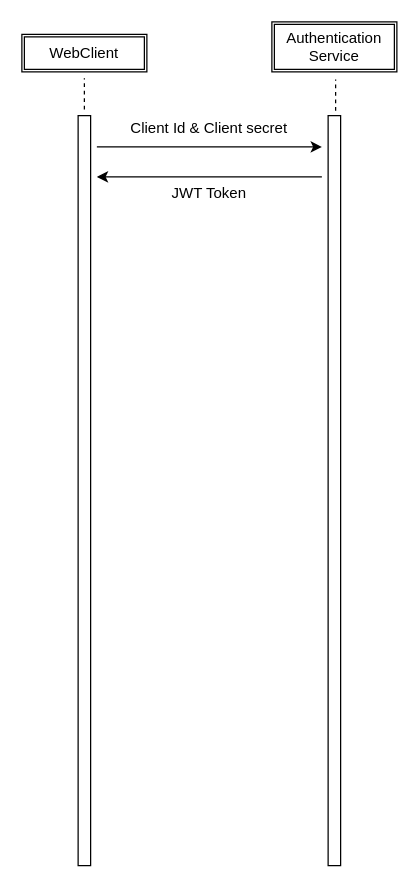
Earlier version of the draw.io diagram Security.drawio (rod-ag/Technical-Documentation). Source tidied: cells renumbered, new cells numbered last; positions are measured from the earlier drawing's top-left corner, leaving out a move shared by most shapes. Both pictures are drawn from the tidied source at 125%, with x=0, y=0 at pixel (21, 21).
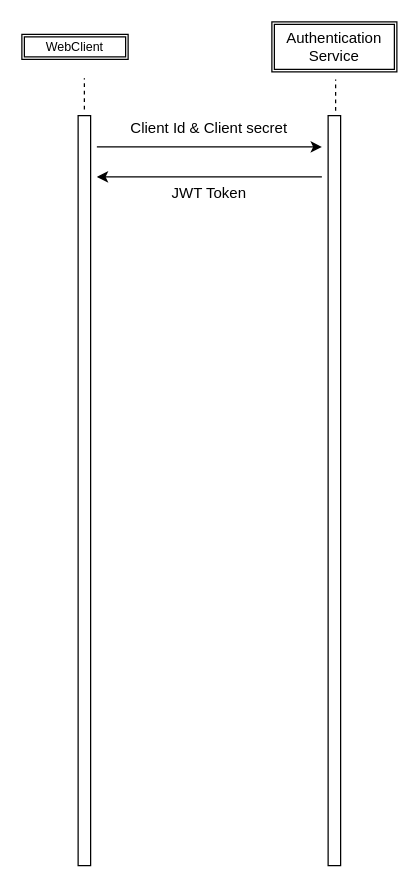
Above is the later version.

What changed in the source:
```diff
@@
 <mxGraphModel>
   <root>
     <mxCell id="0" />
     <mxCell id="1" parent="0" />
-    <mxCell id="2" value="&lt;div&gt;WebClient&lt;/div&gt;" style="shape=ext;double=1;rounded=0;whiteSpace=wrap;html=1;" parent="1" vertex="1">
-      <mxGeometry y="10" width="100" height="30" as="geometry" />
+    <mxCell id="2" value="&lt;div&gt;&lt;font style=&quot;font-size: 10px;&quot;&gt;WebClient&lt;/font&gt;&lt;/div&gt;" style="shape=ext;double=1;rounded=0;whiteSpace=wrap;html=1;" parent="1" vertex="1">
+      <mxGeometry y="10" width="85" height="20" as="geometry" />
     </mxCell>
     <mxCell id="3" style="html=1;perimeter=orthogonalPerimeter;targetShapes=umlLifeline;newEdgeStyle={&quot;curved&quot;:0,&quot;rounded&quot;:0};" parent="1" vertex="1">
       <mxGeometry x="45" y="75" width="10" height="600" as="geometry" />
     </mxCell>
     <mxCell id="4" style="endArrow=none;dashed=1;html=1;rounded=0;" parent="1" edge="1">
       <mxGeometry relative="1" as="geometry">
         <mxPoint x="50" y="70" as="sourcePoint" />
         <mxPoint x="50" y="45" as="targetPoint" />
       </mxGeometry>
     </mxCell>
     <mxCell id="5" value="&lt;div&gt;Authentication&lt;/div&gt;&lt;div&gt;Service&lt;/div&gt;" style="shape=ext;double=1;rounded=0;whiteSpace=wrap;html=1;" parent="1" vertex="1">
       <mxGeometry x="200" width="100" height="40" as="geometry" />
     </mxCell>
     <mxCell id="6" style="endArrow=classic;html=1;rounded=0;" parent="1" edge="1">
       <mxGeometry relative="1" as="geometry">
         <mxPoint x="60" y="100" as="sourcePoint" />
         <mxPoint x="240" y="100" as="targetPoint" />
       </mxGeometry>
     </mxCell>
     <mxCell id="7" style="html=1;perimeter=orthogonalPerimeter;targetShapes=umlLifeline;newEdgeStyle={&quot;curved&quot;:0,&quot;rounded&quot;:0};" parent="1" vertex="1">
       <mxGeometry x="245" y="75" width="10" height="600" as="geometry" />
     </mxCell>
     <mxCell id="8" style="endArrow=none;dashed=1;html=1;rounded=0;" parent="1" edge="1">
       <mxGeometry relative="1" as="geometry">
         <mxPoint x="251" y="71" as="sourcePoint" />
         <mxPoint x="251" y="46" as="targetPoint" />
       </mxGeometry>
     </mxCell>
     <mxCell id="9" value="Client Id &amp;amp; Client secret" style="text;html=1;whiteSpace=wrap;strokeColor=none;fillColor=none;align=center;verticalAlign=middle;rounded=0;" parent="1" vertex="1">
       <mxGeometry x="85" y="75" width="130" height="20" as="geometry" />
     </mxCell>
     <mxCell id="10" style="endArrow=classic;html=1;rounded=0;" parent="1" edge="1">
       <mxGeometry relative="1" as="geometry">
         <mxPoint x="240" y="124" as="sourcePoint" />
         <mxPoint x="60" y="124" as="targetPoint" />
       </mxGeometry>
     </mxCell>
     <mxCell id="11" value="JWT Token" style="text;html=1;whiteSpace=wrap;strokeColor=none;fillColor=none;align=center;verticalAlign=middle;rounded=0;" parent="1" vertex="1">
       <mxGeometry x="115" y="122" width="70" height="30" as="geometry" />
     </mxCell>
   </root>
 </mxGraphModel>
```
